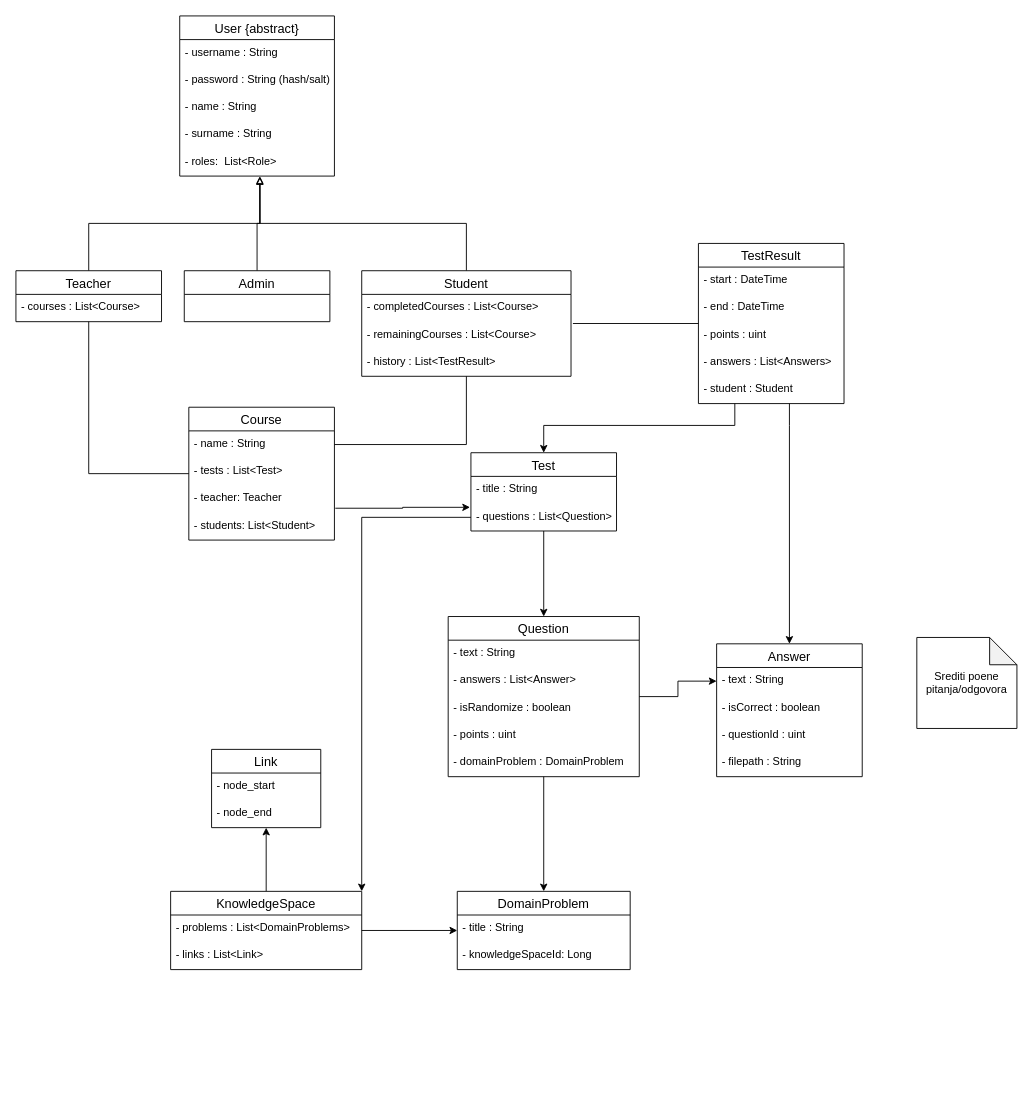
The draw.io diagram diagrams/ClassDiagram.drawio in Marieta3/e-obrazovanje, before the edit. Source tidied: cells renumbered, new cells numbered last; positions are measured from the earlier drawing's top-left corner, leaving out a move shared by most shapes. Both pictures are drawn from the tidied source at 91%, with x=0, y=0 at pixel (15, 15).
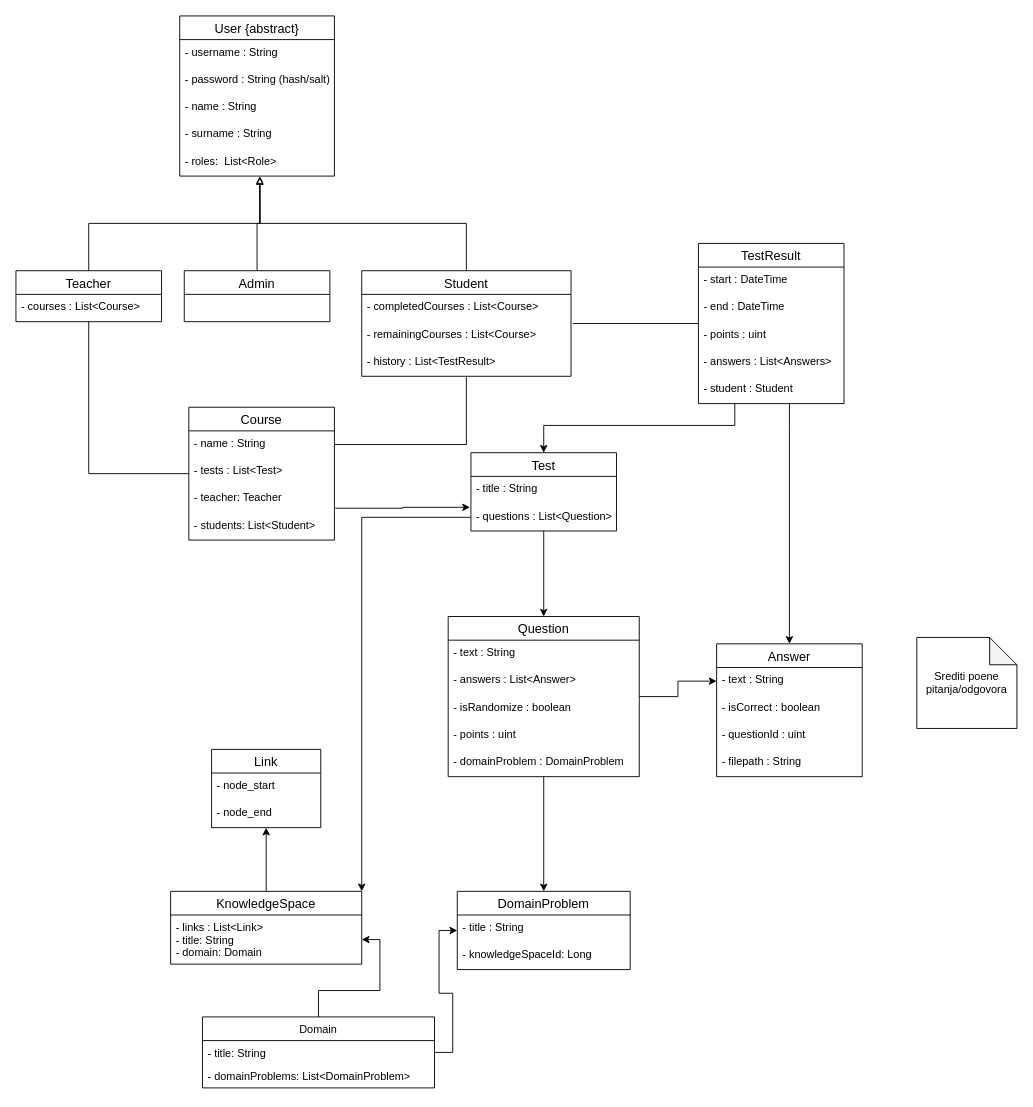
Above is the later version.

The change refers to these unchanged cells:
```xml
<mxCell id="58" value="DomainProblem" style="swimlane;fontStyle=0;horizontal=1;startSize=26;align=center;fontSize=14;" parent="1" vertex="1">
  <mxGeometry x="485" y="962" width="190" height="86" as="geometry" />
</mxCell>
```

Change to the diagram source:
```diff
@@
-    <mxCell id="53" style="edgeStyle=orthogonalEdgeStyle;rounded=0;jettySize=auto;html=1;entryX=0;entryY=0.5;entryDx=0;entryDy=0;" parent="1" edge="1" source="55" target="58">
+    <mxCell id="53" style="edgeStyle=orthogonalEdgeStyle;rounded=0;jettySize=auto;html=1;entryX=0;entryY=0.5;entryDx=0;entryDy=0;" parent="1" edge="1" source="66" target="58">
       <mxGeometry relative="1" as="geometry" />
     </mxCell>
@@
     <mxCell id="55" value="KnowledgeSpace" style="swimlane;fontStyle=0;horizontal=1;startSize=26;align=center;fontSize=14;" parent="1" vertex="1">
-      <mxGeometry x="170" y="962" width="210" height="86" as="geometry" />
+      <mxGeometry x="170" y="962" width="210" height="80" as="geometry" />
     </mxCell>
-    <mxCell id="56" value="- problems : List&lt;DomainProblems&gt;" style="text;strokeColor=none;fillColor=none;spacingLeft=4;spacingRight=4;overflow=hidden;fontSize=12;" parent="55" vertex="1">
-      <mxGeometry y="26" width="210" height="30" as="geometry" />
-    </mxCell>
-    <mxCell id="57" value="- links : List&lt;Link&gt;" style="text;strokeColor=none;fillColor=none;spacingLeft=4;spacingRight=4;overflow=hidden;points=[[0,0.5],[1,0.5]];portConstraint=eastwest;fontSize=12;" parent="55" vertex="1">
-      <mxGeometry y="56" width="210" height="30" as="geometry" />
+    <mxCell id="57" value="- links : List&lt;Link&gt;&#10;- title: String&#10;- domain: Domain" style="text;strokeColor=none;fillColor=none;spacingLeft=4;spacingRight=4;overflow=hidden;points=[[0,0.5],[1,0.5]];portConstraint=eastwest;fontSize=12;" parent="55" vertex="1">
+      <mxGeometry y="26" width="210" height="54" as="geometry" />
     </mxCell>
@@
+    <mxCell id="65" style="edgeStyle=orthogonalEdgeStyle;rounded=0;jettySize=auto;html=1;exitX=0.5;exitY=0;exitDx=0;exitDy=0;" parent="1" edge="1" source="66" target="57">
+      <mxGeometry relative="1" as="geometry" />
+    </mxCell>
+    <mxCell id="66" value="Domain" style="swimlane;fontStyle=0;horizontal=1;startSize=26;fillColor=none;" parent="1" vertex="1">
+      <mxGeometry x="205" y="1100" width="255" height="78" as="geometry" />
+    </mxCell>
+    <mxCell id="67" value="- title: String" style="text;strokeColor=none;fillColor=none;align=left;verticalAlign=top;spacingLeft=4;spacingRight=4;overflow=hidden;" parent="66" vertex="1">
+      <mxGeometry y="26" width="255" height="26" as="geometry" />
+    </mxCell>
+    <mxCell id="68" value="- domainProblems: List&lt;DomainProblem&gt;" style="text;strokeColor=none;fillColor=none;align=left;verticalAlign=top;spacingLeft=4;spacingRight=4;overflow=hidden;" parent="66" vertex="1">
+      <mxGeometry y="52" width="255" height="26" as="geometry" />
+    </mxCell>
```
